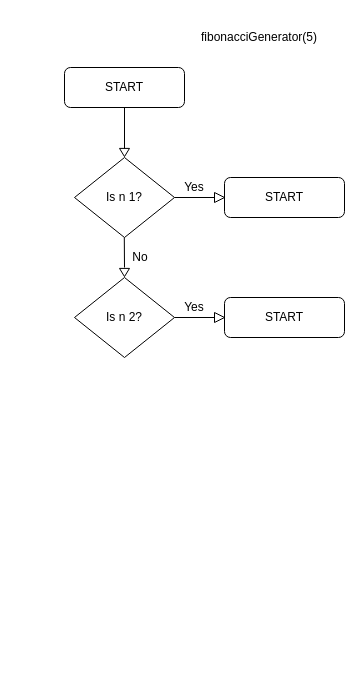
princequochuy/Flowcharts keeps this draw.io diagram as Untitled Diagram.drawio. Above is the earlier version. Source tidied: cells renumbered, new cells numbered last; positions are measured from the earlier drawing's top-left corner, leaving out a move shared by most shapes. Both pictures are drawn from the tidied source at 100%, with x=0, y=0 at pixel (64, 27).
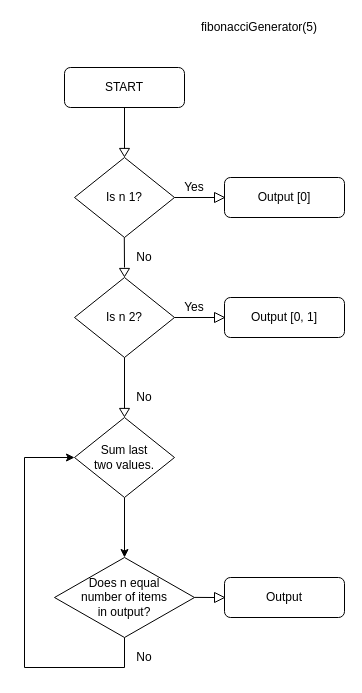
After the change.

What changed in the source:
```diff
@@
     <mxCell id="2" value="fibonacciGenerator(5)" style="text;html=1;strokeColor=none;fillColor=none;align=center;verticalAlign=middle;whiteSpace=wrap;rounded=0;" parent="1" vertex="1">
-      <mxGeometry x="130" width="130" height="20" as="geometry" />
+      <mxGeometry x="130" y="-10" width="130" height="20" as="geometry" />
     </mxCell>
@@
-    <mxCell id="12" value="START" style="rounded=1;whiteSpace=wrap;html=1;" parent="1" vertex="1">
+    <mxCell id="12" value="Output [0]" style="rounded=1;whiteSpace=wrap;html=1;" parent="1" vertex="1">
       <mxGeometry x="160" y="150" width="120" height="40" as="geometry" />
     </mxCell>
@@
-    <mxCell id="15" value="START" style="rounded=1;whiteSpace=wrap;html=1;" parent="1" vertex="1">
+    <mxCell id="15" value="Output [0, 1]" style="rounded=1;whiteSpace=wrap;html=1;" parent="1" vertex="1">
       <mxGeometry x="160" y="270" width="120" height="40" as="geometry" />
     </mxCell>
@@
     <mxCell id="18" value="No" style="text;html=1;strokeColor=none;fillColor=none;align=center;verticalAlign=middle;whiteSpace=wrap;rounded=0;" parent="1" vertex="1">
-      <mxGeometry x="55.9" y="220" width="40" height="20" as="geometry" />
+      <mxGeometry x="60" y="220" width="40" height="20" as="geometry" />
     </mxCell>
+    <mxCell id="19" style="edgeStyle=none;rounded=0;jettySize=auto;html=1;" parent="1" edge="1" source="20" target="24">
+      <mxGeometry relative="1" as="geometry" />
+    </mxCell>
+    <mxCell id="20" value="Sum last&lt;br&gt;two values." style="rhombus;whiteSpace=wrap;html=1;" parent="1" vertex="1">
+      <mxGeometry x="10" y="390" width="100" height="80" as="geometry" />
+    </mxCell>
+    <mxCell id="21" style="endArrow=none;html=1;exitX=0;exitY=0.5;exitDx=0;exitDy=0;" parent="1" edge="1" source="22">
+      <mxGeometry relative="1" as="geometry">
+        <mxPoint x="60" y="330" as="targetPoint" />
+      </mxGeometry>
+    </mxCell>
+    <mxCell id="22" style="triangle;whiteSpace=wrap;html=1;rotation=90;" parent="1" vertex="1">
+      <mxGeometry x="55.9" y="380" width="8.2" height="10" as="geometry" />
+    </mxCell>
+    <mxCell id="23" style="edgeStyle=none;rounded=0;jettySize=auto;html=1;exitX=0.5;exitY=1;exitDx=0;exitDy=0;entryX=0;entryY=0.5;entryDx=0;entryDy=0;" parent="1" edge="1" source="24" target="20">
+      <mxGeometry relative="1" as="geometry">
+        <Array as="points">
+          <mxPoint x="60" y="640" />
+          <mxPoint x="-40" y="640" />
+          <mxPoint x="-40" y="430" />
+        </Array>
+      </mxGeometry>
+    </mxCell>
+    <mxCell id="24" value="Does n equal&lt;br&gt;number of items&lt;br&gt;in output?" style="rhombus;whiteSpace=wrap;html=1;" parent="1" vertex="1">
+      <mxGeometry x="-10" y="530" width="140" height="80" as="geometry" />
+    </mxCell>
+    <mxCell id="25" value="No" style="text;html=1;strokeColor=none;fillColor=none;align=center;verticalAlign=middle;whiteSpace=wrap;rounded=0;" parent="1" vertex="1">
+      <mxGeometry x="60" y="620" width="40" height="20" as="geometry" />
+    </mxCell>
+    <mxCell id="26" value="Output" style="rounded=1;whiteSpace=wrap;html=1;" parent="1" vertex="1">
+      <mxGeometry x="160" y="550" width="120" height="40" as="geometry" />
+    </mxCell>
+    <mxCell id="27" style="endArrow=none;html=1;exitX=1;exitY=0.5;exitDx=0;exitDy=0;" parent="1" edge="1">
+      <mxGeometry relative="1" as="geometry">
+        <mxPoint x="130" y="569.9" as="sourcePoint" />
+        <mxPoint x="150" y="570" as="targetPoint" />
+      </mxGeometry>
+    </mxCell>
+    <mxCell id="28" style="triangle;whiteSpace=wrap;html=1;rotation=0;" parent="1" vertex="1">
+      <mxGeometry x="150" y="565" width="10" height="10" as="geometry" />
+    </mxCell>
+    <mxCell id="29" value="No" style="text;html=1;strokeColor=none;fillColor=none;align=center;verticalAlign=middle;whiteSpace=wrap;rounded=0;" parent="1" vertex="1">
+      <mxGeometry x="60" y="360" width="40" height="20" as="geometry" />
+    </mxCell>
```
